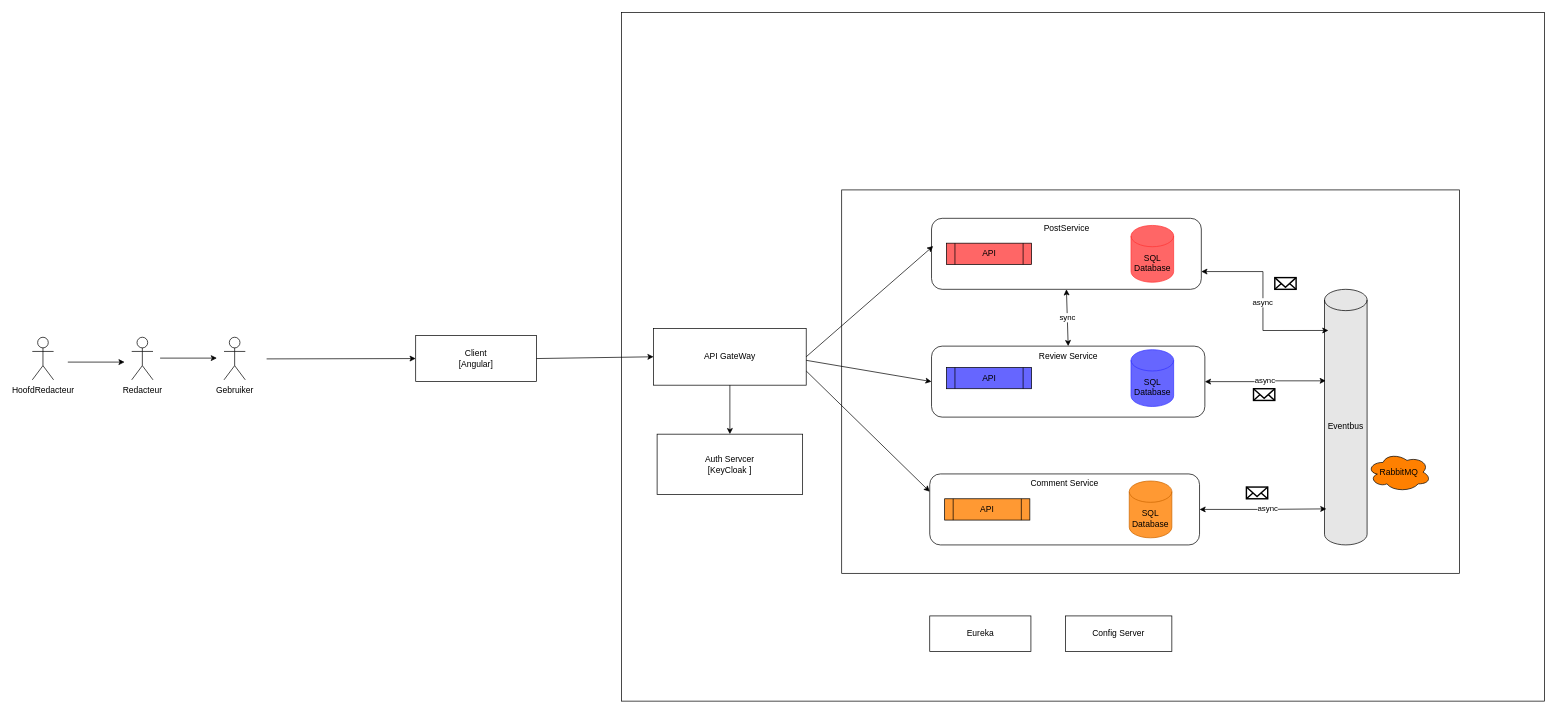
This is architecture/schema.drawio from pxlit-projects/project-RhaniPietersPXL, a draw.io file, before an edit. Source tidied: cells renumbered, new cells numbered last; positions are measured from the earlier drawing's top-left corner, leaving out a move shared by most shapes. Both pictures are drawn from the tidied source at 71%, with x=0, y=0 at pixel (32, 12).
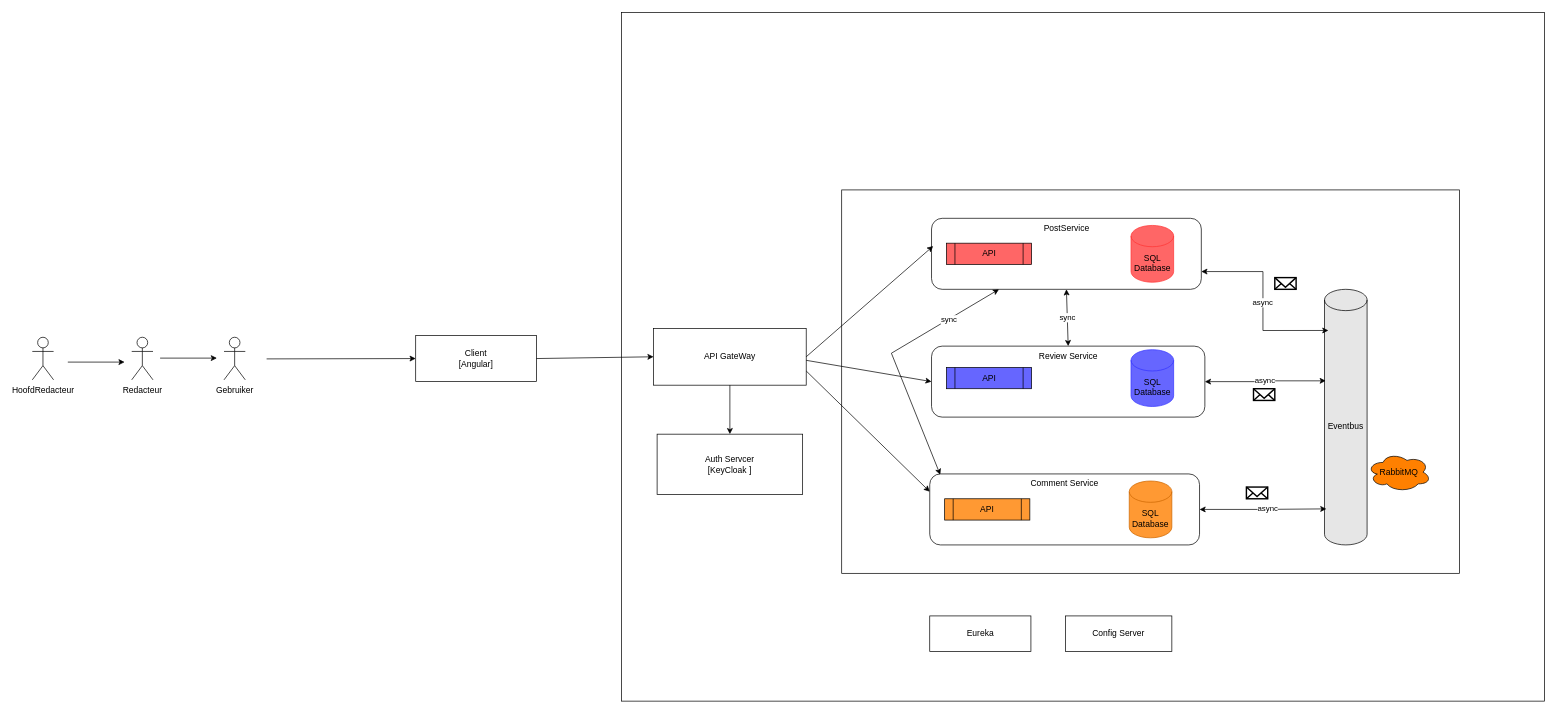
The same diagram, later.

Unchanged cells that the change refers to:
```xml
<mxCell id="6" value="Comment Service" style="rounded=1;whiteSpace=wrap;html=1;strokeColor=default;verticalAlign=top;" parent="1" vertex="1">
  <mxGeometry x="1264" y="650" width="380" height="100" as="geometry" />
</mxCell>
<mxCell id="7" value="PostService" style="rounded=1;whiteSpace=wrap;html=1;verticalAlign=top;" parent="1" vertex="1">
  <mxGeometry x="1266.5" y="290" width="380" height="100" as="geometry" />
</mxCell>
```

The edit, as a diff of the source:
```diff
@@
+    <mxCell id="38" value="sync" style="endArrow=classic;startArrow=classic;html=1;rounded=0;entryX=0.25;entryY=1;entryDx=0;entryDy=0;exitX=0.039;exitY=0.012;exitDx=0;exitDy=0;exitPerimeter=0;" parent="1" edge="1" source="6" target="7">
+      <mxGeometry x="0.54" y="-1" relative="1" as="geometry">
+        <Array as="points">
+          <mxPoint x="1210" y="480" />
+        </Array>
+      </mxGeometry>
+    </mxCell>
```
